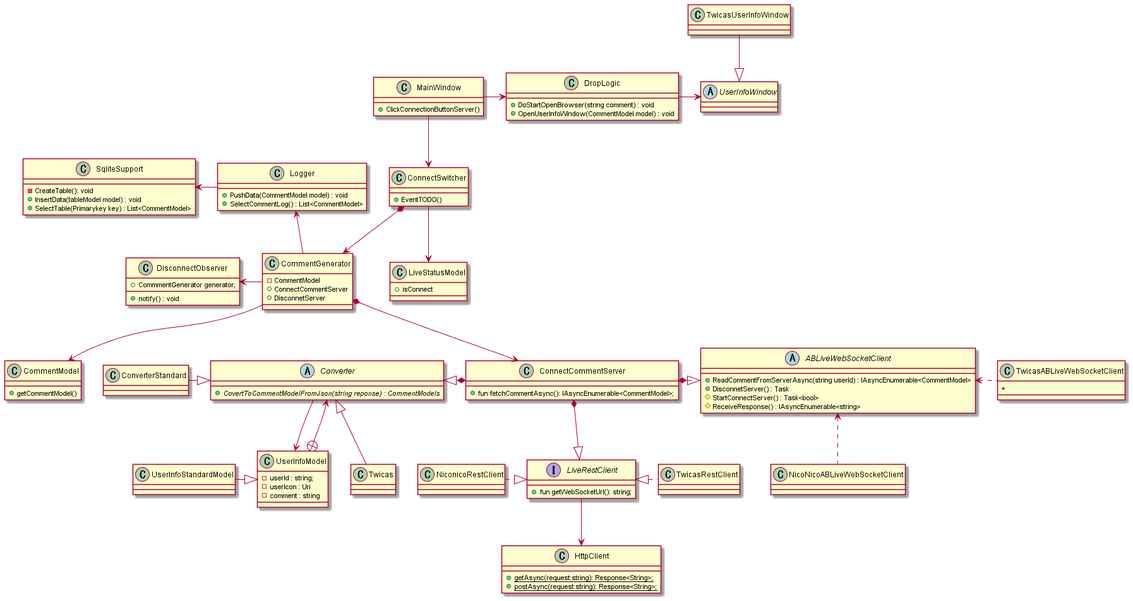
The PlantUML diagram out/ultra-comment-viewer/class-design/model/fetch-comment/コメント取得クラス図.png in elm-niconico/AppDesign, before a commit.
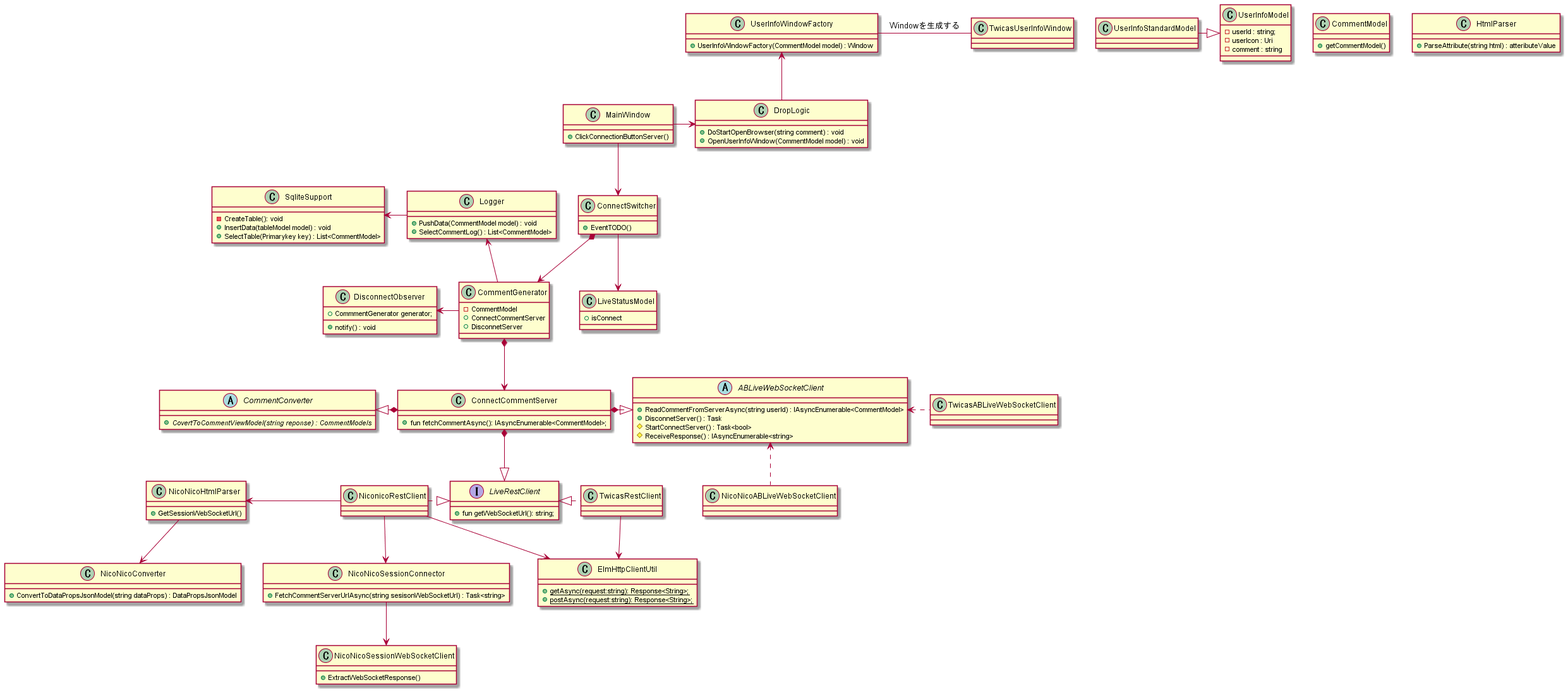
The same diagram one commit later.

Change to the diagram source:
```diff
@@ -19,16 +19,18 @@
         + EventTODO()
     }
 
-    abstract class UserInfoWindow{
 
+
+    class UserInfoWindowFactory{
+        + UserInfoWindowFactory(CommentModel model) : Window
     }
 
 
 
 
-    CommentGenerator --> CommentModel
+
     MainWindow --> ConnectSwitcher
-    CommentGenerator *--> ConnectCommentServer
+    CommentGenerator *-down-> ConnectCommentServer
     ConnectSwitcher *--> CommentGenerator
     ConnectSwitcher --> LiveStatusModel
     abstract class ABLiveWebSocketClient{
@@ -42,7 +44,7 @@
 
     }
     class TwicasABLiveWebSocketClient{
-        +
+
     }
 
     class SqliteSupport{
@@ -56,7 +58,6 @@
         + SelectCommentLog() : List<CommentModel>
     }
 
-
     class DisconnectObserver{
         + CommmentGenerator generator;
         + notify() : void
@@ -65,13 +66,11 @@
 
     class ConnectCommentServer {
         + fun fetchCommentAsync(): IAsyncEnumerable<CommentModel>;
-
     }
 
     class DropLogic{
         + DoStartOpenBrowser(string comment) : void
         + OpenUserInfoWindow(CommentModel model) : void
-
     }
 
     interface LiveRestClient{
@@ -80,46 +79,71 @@
     class NiconicoRestClient{
 
     }
-    class HttpClient{
+    class ElmHttpClientUtil{
         + {static} getAsync(request:string): Response<String>;
         + {static} postAsync(request:string): Response<String>;
     }
 
-    abstract class Converter{
-        + {abstract} CovertToCommentModelFromJson(string reponse) : CommentModels
+
+    class NicoNicoHtmlParser{
+        + GetSessionWebSocketUrl()
     }
-    Converter <|-- Twicas
+
+    abstract class CommentConverter{
+        + {abstract} CovertToCommentViewModel(string reponse) : CommentModels
+    }
+
+    class NicoNicoConverter{
+        + ConvertToDataPropsJsonModel(string dataProps) : DataPropsJsonModel
+    }
 
     class UserInfoModel{
         - userId : string;
         - userIcon : Uri
         - comment : string
     }
+    class HtmlParser{
+        + ParseAttribute(string html) : atteributeValue
+    }
 
+    class NicoNicoSessionConnector{
+        + FetchCommentServerUrlAsync(string sesisonWebSocketUrl) : Task<string>
+    }
+
+    class NicoNicoSessionWebSocketClient{
+        + ExtractWebSocketResponse()
+    }
+
+
+
+
+    ConnectCommentServer *-left-|> CommentConverter
     ConnectCommentServer *--|> LiveRestClient
     ConnectCommentServer *-right-|> ABLiveWebSocketClient
-    ConnectCommentServer *-left-|> Converter
 
-
-    UserInfoModel +--> Converter
-    Converter --> UserInfoModel
     NicoNicoABLiveWebSocketClient .up.> ABLiveWebSocketClient
     TwicasABLiveWebSocketClient .left.> ABLiveWebSocketClient
     UserInfoStandardModel -right-|> UserInfoModel
     NiconicoRestClient .right.|> LiveRestClient
     TwicasRestClient   .left.|>  LiveRestClient
-    LiveRestClient -down-> HttpClient
-
-    ConverterStandard -right-|> Converter
 
     CommentGenerator -up-> Logger
     Logger -left-> SqliteSupport
 
     MainWindow -right-> DropLogic
-    DropLogic -right-> UserInfoWindow
 
-    TwicasUserInfoWindow --|> UserInfoWindow
+    DropLogic -up-> UserInfoWindowFactory
 
+    UserInfoWindowFactory - TwicasUserInfoWindow : Windowを生成する
+
+    NiconicoRestClient -down-> ElmHttpClientUtil
+    TwicasRestClient   -down->   ElmHttpClientUtil
+
+    NiconicoRestClient -left-> NicoNicoHtmlParser
+    NiconicoRestClient -down-> NicoNicoSessionConnector
+
+    NicoNicoSessionConnector -down-> NicoNicoSessionWebSocketClient
+    NicoNicoHtmlParser -down-> NicoNicoConverter
 
 
 @enduml
```
